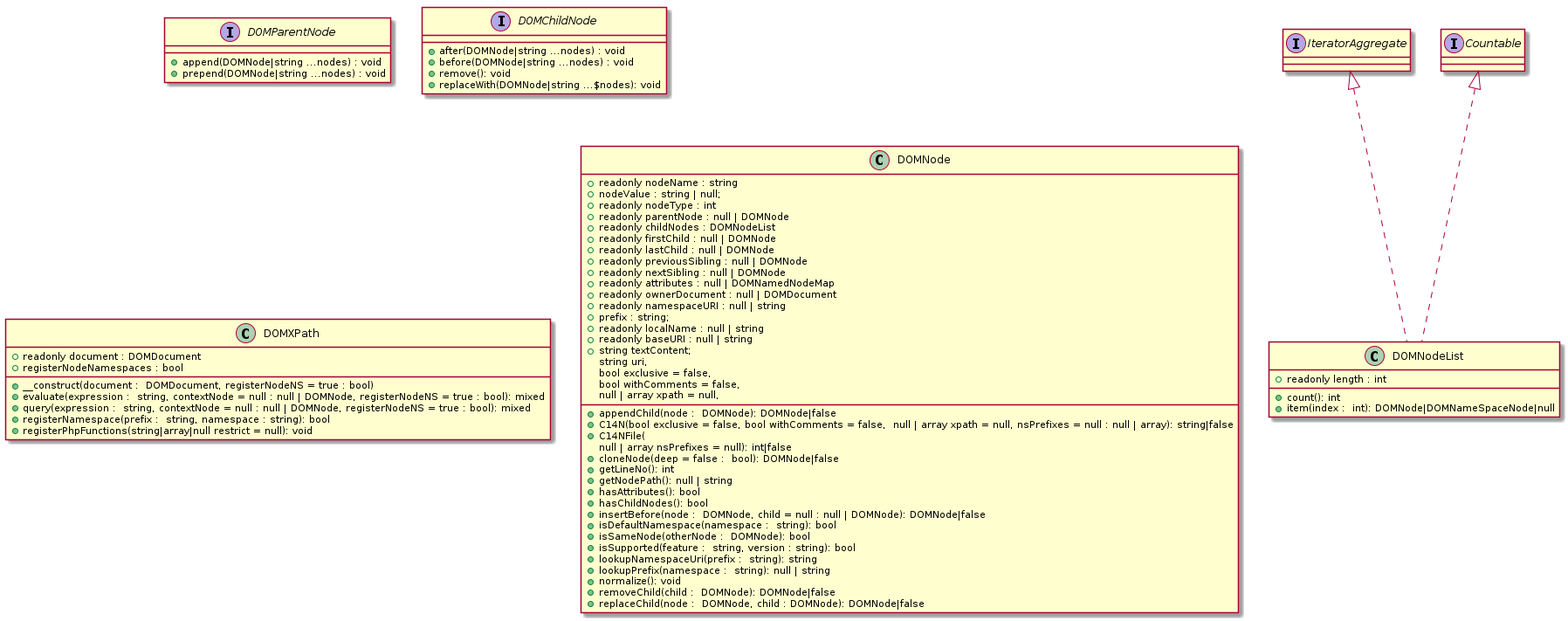
kurt-krueckeberg/understanding-dom keeps this PlantUML diagram as dom/base.png. Above is the earlier version. Its source is kept beside it as dom/base.puml.
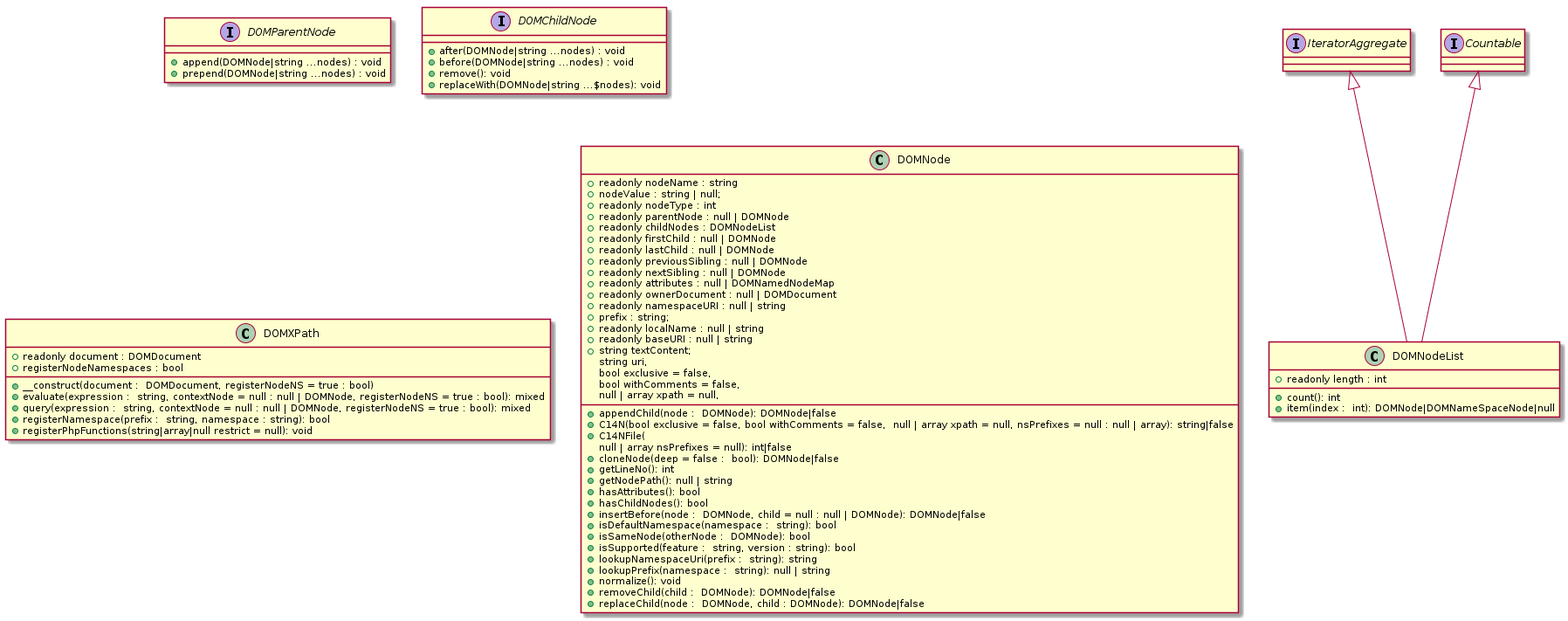
The same file after the commit.

Diff of the diagram source:
```diff
@@ -1,8 +1,8 @@
 @startuml
 interface IteratorAggregate
 interface Countable
-IteratorAggregate <|.. DOMNodeList
-Countable <|.. DOMNodeList
+IteratorAggregate <|-- DOMNodeList
+Countable <|-- DOMNodeList
 
 class DOMNodeList {
   +readonly length : int
```
